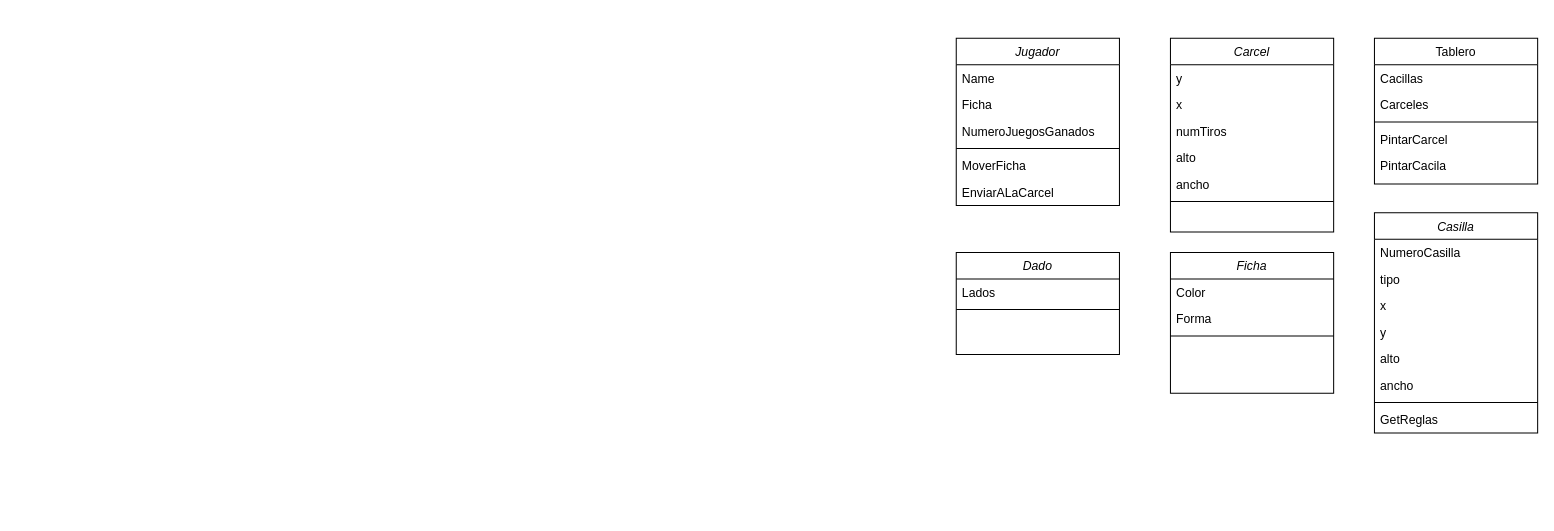
Before: ParquesPOO.drawio in user5c/parques, a draw.io diagram. Source tidied: cells renumbered, new cells numbered last; positions are measured from the earlier drawing's top-left corner, leaving out a move shared by most shapes. Both pictures are drawn from the tidied source at 102%, with x=0, y=0 at pixel (956, 38).
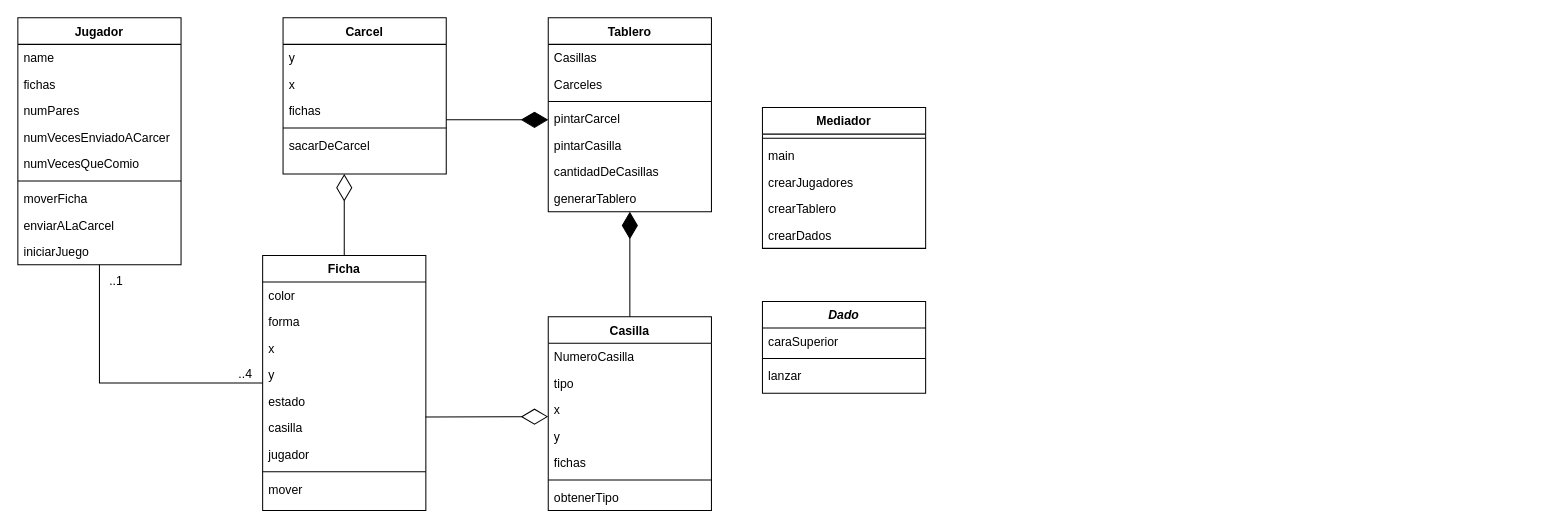
The same page after the edit.

Diff of the diagram source:
```diff
@@
-    <mxCell id="2" value="Ficha" style="swimlane;fontStyle=2;align=center;verticalAlign=top;horizontal=1;startSize=26;rounded=0;shadow=0;strokeWidth=1;" parent="1" vertex="1">
-      <mxGeometry x="210" y="210" width="160" height="138" as="geometry" />
-    </mxCell>
-    <mxCell id="3" value="Color" style="text;align=left;verticalAlign=top;spacingLeft=4;spacingRight=4;overflow=hidden;" parent="2" vertex="1">
-      <mxGeometry y="26" width="160" height="26" as="geometry" />
-    </mxCell>
-    <mxCell id="4" value="Forma" style="text;align=left;verticalAlign=top;spacingLeft=4;spacingRight=4;overflow=hidden;rounded=0;shadow=0;html=0;" parent="2" vertex="1">
-      <mxGeometry y="52" width="160" height="26" as="geometry" />
-    </mxCell>
-    <mxCell id="5" style="line;html=1;strokeWidth=1;align=left;verticalAlign=middle;spacingTop=-1;spacingLeft=3;spacingRight=3;labelPosition=right;" parent="2" vertex="1">
-      <mxGeometry y="78" width="160" height="8" as="geometry" />
-    </mxCell>
+    <mxCell id="38" value="Ficha" style="swimlane;fontStyle=1;align=center;verticalAlign=top;horizontal=1;startSize=26;rounded=0;shadow=0;strokeWidth=1;" parent="1" vertex="1">
+      <mxGeometry x="-680" y="213" width="160" height="250" as="geometry" />
+    </mxCell>
+    <mxCell id="39" value="color" style="text;align=left;verticalAlign=top;spacingLeft=4;spacingRight=4;overflow=hidden;" parent="38" vertex="1">
+      <mxGeometry y="26" width="160" height="26" as="geometry" />
+    </mxCell>
+    <mxCell id="40" value="forma" style="text;align=left;verticalAlign=top;spacingLeft=4;spacingRight=4;overflow=hidden;rounded=0;shadow=0;html=0;" parent="38" vertex="1">
+      <mxGeometry y="52" width="160" height="26" as="geometry" />
+    </mxCell>
+    <mxCell id="41" value="x" style="text;align=left;verticalAlign=top;spacingLeft=4;spacingRight=4;overflow=hidden;rounded=0;shadow=0;html=0;" parent="38" vertex="1">
+      <mxGeometry y="78" width="160" height="26" as="geometry" />
+    </mxCell>
+    <mxCell id="42" value="y" style="text;align=left;verticalAlign=top;spacingLeft=4;spacingRight=4;overflow=hidden;rounded=0;shadow=0;html=0;" parent="38" vertex="1">
+      <mxGeometry y="104" width="160" height="26" as="geometry" />
+    </mxCell>
+    <mxCell id="43" value="estado" style="text;align=left;verticalAlign=top;spacingLeft=4;spacingRight=4;overflow=hidden;rounded=0;shadow=0;html=0;" parent="38" vertex="1">
+      <mxGeometry y="130" width="160" height="26" as="geometry" />
+    </mxCell>
+    <mxCell id="44" value="casilla" style="text;align=left;verticalAlign=top;spacingLeft=4;spacingRight=4;overflow=hidden;points=[[0,0.5],[1,0.5]];portConstraint=eastwest;rounded=0;shadow=0;html=0;" parent="38" vertex="1">
+      <mxGeometry y="156" width="160" height="26" as="geometry" />
+    </mxCell>
+    <mxCell id="45" value="jugador" style="text;align=left;verticalAlign=top;spacingLeft=4;spacingRight=4;overflow=hidden;rounded=0;shadow=0;html=0;" parent="38" vertex="1">
+      <mxGeometry y="182" width="160" height="26" as="geometry" />
+    </mxCell>
+    <mxCell id="46" style="line;html=1;strokeWidth=1;align=left;verticalAlign=middle;spacingTop=-1;spacingLeft=3;spacingRight=3;labelPosition=right;" parent="38" vertex="1">
+      <mxGeometry y="208" width="160" height="8" as="geometry" />
+    </mxCell>
+    <mxCell id="47" value="mover" style="text;align=left;verticalAlign=top;spacingLeft=4;spacingRight=4;overflow=hidden;rounded=0;shadow=0;html=0;" parent="38" vertex="1">
+      <mxGeometry y="216" width="160" height="34" as="geometry" />
+    </mxCell>
-    <mxCell id="6" value="Tablero" style="swimlane;fontStyle=0;align=center;verticalAlign=top;horizontal=1;startSize=26;rounded=0;shadow=0;strokeWidth=1;" parent="1" vertex="1">
-      <mxGeometry x="410" width="160" height="143" as="geometry" />
+    <mxCell id="6" value="Tablero" style="swimlane;fontStyle=1;align=center;verticalAlign=top;horizontal=1;startSize=26;rounded=0;shadow=0;strokeWidth=1;" parent="1" vertex="1">
+      <mxGeometry x="-400" y="-20" width="160" height="190" as="geometry" />
     </mxCell>
-    <mxCell id="7" value="Cacillas" style="text;align=left;verticalAlign=top;spacingLeft=4;spacingRight=4;overflow=hidden;" parent="6" vertex="1">
-      <mxGeometry y="26" width="160" height="26" as="geometry" />
-    </mxCell>
+    <mxCell id="48" value="Casillas" style="text;align=left;verticalAlign=top;spacingLeft=4;spacingRight=4;overflow=hidden;" parent="6" vertex="1">
+      <mxGeometry y="26" width="160" height="26" as="geometry" />
+    </mxCell>
@@
-    <mxCell id="9" style="line;html=1;strokeWidth=1;align=left;verticalAlign=middle;spacingTop=-1;spacingLeft=3;spacingRight=3;labelPosition=right;" parent="6" vertex="1">
-      <mxGeometry y="78" width="160" height="8" as="geometry" />
-    </mxCell>
-    <mxCell id="10" value="PintarCarcel" style="text;align=left;verticalAlign=top;spacingLeft=4;spacingRight=4;overflow=hidden;" parent="6" vertex="1">
-      <mxGeometry y="86" width="160" height="26" as="geometry" />
-    </mxCell>
-    <mxCell id="11" value="PintarCacila" style="text;align=left;verticalAlign=top;spacingLeft=4;spacingRight=4;overflow=hidden;" parent="6" vertex="1">
-      <mxGeometry y="112" width="160" height="26" as="geometry" />
-    </mxCell>
+    <mxCell id="49" style="line;html=1;strokeWidth=1;align=left;verticalAlign=middle;spacingTop=-1;spacingLeft=3;spacingRight=3;labelPosition=right;" parent="6" vertex="1">
+      <mxGeometry y="78" width="160" height="8" as="geometry" />
+    </mxCell>
+    <mxCell id="50" value="pintarCarcel" style="text;align=left;verticalAlign=top;spacingLeft=4;spacingRight=4;overflow=hidden;" parent="6" vertex="1">
+      <mxGeometry y="86" width="160" height="26" as="geometry" />
+    </mxCell>
+    <mxCell id="51" value="pintarCasilla" style="text;align=left;verticalAlign=top;spacingLeft=4;spacingRight=4;overflow=hidden;" parent="6" vertex="1">
+      <mxGeometry y="112" width="160" height="26" as="geometry" />
+    </mxCell>
+    <mxCell id="52" value="cantidadDeCasillas" style="text;align=left;verticalAlign=top;spacingLeft=4;spacingRight=4;overflow=hidden;" parent="6" vertex="1">
+      <mxGeometry y="138" width="160" height="26" as="geometry" />
+    </mxCell>
+    <mxCell id="53" value="generarTablero" style="text;align=left;verticalAlign=top;spacingLeft=4;spacingRight=4;overflow=hidden;" parent="6" vertex="1">
+      <mxGeometry y="164" width="160" height="26" as="geometry" />
+    </mxCell>
-    <mxCell id="12" value="Jugador" style="swimlane;fontStyle=2;align=center;verticalAlign=top;horizontal=1;startSize=26;rounded=0;shadow=0;strokeWidth=1;" parent="1" vertex="1">
-      <mxGeometry width="160" height="164" as="geometry" />
+    <mxCell id="12" value="Jugador" style="swimlane;fontStyle=1;align=center;verticalAlign=top;horizontal=1;startSize=26;rounded=0;shadow=0;strokeWidth=1;" parent="1" vertex="1">
+      <mxGeometry x="-920" y="-20" width="160" height="242" as="geometry" />
     </mxCell>
-    <mxCell id="13" value="Name" style="text;align=left;verticalAlign=top;spacingLeft=4;spacingRight=4;overflow=hidden;" parent="12" vertex="1">
-      <mxGeometry y="26" width="160" height="26" as="geometry" />
-    </mxCell>
-    <mxCell id="14" value="Ficha" style="text;align=left;verticalAlign=top;spacingLeft=4;spacingRight=4;overflow=hidden;rounded=0;shadow=0;html=0;" parent="12" vertex="1">
-      <mxGeometry y="52" width="160" height="26" as="geometry" />
-    </mxCell>
-    <mxCell id="15" value="NumeroJuegosGanados" style="text;align=left;verticalAlign=top;spacingLeft=4;spacingRight=4;overflow=hidden;rounded=0;shadow=0;html=0;" parent="12" vertex="1">
-      <mxGeometry y="78" width="160" height="26" as="geometry" />
-    </mxCell>
-    <mxCell id="16" style="line;html=1;strokeWidth=1;align=left;verticalAlign=middle;spacingTop=-1;spacingLeft=3;spacingRight=3;labelPosition=right;" parent="12" vertex="1">
-      <mxGeometry y="104" width="160" height="8" as="geometry" />
-    </mxCell>
-    <mxCell id="17" value="MoverFicha" style="text;align=left;verticalAlign=top;spacingLeft=4;spacingRight=4;overflow=hidden;" parent="12" vertex="1">
-      <mxGeometry y="112" width="160" height="26" as="geometry" />
-    </mxCell>
-    <mxCell id="18" value="EnviarALaCarcel" style="text;align=left;verticalAlign=top;spacingLeft=4;spacingRight=4;overflow=hidden;" parent="12" vertex="1">
-      <mxGeometry y="138" width="160" height="26" as="geometry" />
-    </mxCell>
+    <mxCell id="54" value="name" style="text;align=left;verticalAlign=top;spacingLeft=4;spacingRight=4;overflow=hidden;" parent="12" vertex="1">
+      <mxGeometry y="26" width="160" height="26" as="geometry" />
+    </mxCell>
+    <mxCell id="55" value="fichas" style="text;align=left;verticalAlign=top;spacingLeft=4;spacingRight=4;overflow=hidden;rounded=0;shadow=0;html=0;" parent="12" vertex="1">
+      <mxGeometry y="52" width="160" height="26" as="geometry" />
+    </mxCell>
+    <mxCell id="56" value="numPares" style="text;align=left;verticalAlign=top;spacingLeft=4;spacingRight=4;overflow=hidden;rounded=0;shadow=0;html=0;" parent="12" vertex="1">
+      <mxGeometry y="78" width="160" height="26" as="geometry" />
+    </mxCell>
+    <mxCell id="57" value="numVecesEnviadoACarcer" style="text;align=left;verticalAlign=top;spacingLeft=4;spacingRight=4;overflow=hidden;rounded=0;shadow=0;html=0;" parent="12" vertex="1">
+      <mxGeometry y="104" width="160" height="26" as="geometry" />
+    </mxCell>
+    <mxCell id="58" value="numVecesQueComio" style="text;align=left;verticalAlign=top;spacingLeft=4;spacingRight=4;overflow=hidden;rounded=0;shadow=0;html=0;" parent="12" vertex="1">
+      <mxGeometry y="130" width="160" height="26" as="geometry" />
+    </mxCell>
+    <mxCell id="59" style="line;html=1;strokeWidth=1;align=left;verticalAlign=middle;spacingTop=-1;spacingLeft=3;spacingRight=3;labelPosition=right;" parent="12" vertex="1">
+      <mxGeometry y="156" width="160" height="8" as="geometry" />
+    </mxCell>
+    <mxCell id="60" value="moverFicha" style="text;align=left;verticalAlign=top;spacingLeft=4;spacingRight=4;overflow=hidden;" parent="12" vertex="1">
+      <mxGeometry y="164" width="160" height="26" as="geometry" />
+    </mxCell>
+    <mxCell id="61" value="enviarALaCarcel" style="text;align=left;verticalAlign=top;spacingLeft=4;spacingRight=4;overflow=hidden;" parent="12" vertex="1">
+      <mxGeometry y="190" width="160" height="26" as="geometry" />
+    </mxCell>
+    <mxCell id="62" value="iniciarJuego" style="text;align=left;verticalAlign=top;spacingLeft=4;spacingRight=4;overflow=hidden;" parent="12" vertex="1">
+      <mxGeometry y="216" width="160" height="26" as="geometry" />
+    </mxCell>
-    <mxCell id="19" value="Casilla" style="swimlane;fontStyle=2;align=center;verticalAlign=top;horizontal=1;startSize=26;rounded=0;shadow=0;strokeWidth=1;" parent="1" vertex="1">
-      <mxGeometry x="410" y="171" width="160" height="216" as="geometry" />
+    <mxCell id="19" value="Casilla" style="swimlane;fontStyle=1;align=center;verticalAlign=top;horizontal=1;startSize=26;rounded=0;shadow=0;strokeWidth=1;" parent="1" vertex="1">
+      <mxGeometry x="-400" y="273" width="160" height="190" as="geometry" />
     </mxCell>
@@
-    <mxCell id="23" value="y" style="text;align=left;verticalAlign=top;spacingLeft=4;spacingRight=4;overflow=hidden;rounded=0;shadow=0;html=0;" parent="19" vertex="1">
-      <mxGeometry y="104" width="160" height="26" as="geometry" />
-    </mxCell>
-    <mxCell id="24" value="alto" style="text;align=left;verticalAlign=top;spacingLeft=4;spacingRight=4;overflow=hidden;" parent="19" vertex="1">
-      <mxGeometry y="130" width="160" height="26" as="geometry" />
-    </mxCell>
-    <mxCell id="25" value="ancho" style="text;align=left;verticalAlign=top;spacingLeft=4;spacingRight=4;overflow=hidden;rounded=0;shadow=0;html=0;" parent="19" vertex="1">
-      <mxGeometry y="156" width="160" height="26" as="geometry" />
-    </mxCell>
-    <mxCell id="26" style="line;html=1;strokeWidth=1;align=left;verticalAlign=middle;spacingTop=-1;spacingLeft=3;spacingRight=3;labelPosition=right;" parent="19" vertex="1">
-      <mxGeometry y="182" width="160" height="8" as="geometry" />
-    </mxCell>
-    <mxCell id="27" value="GetReglas" style="text;align=left;verticalAlign=top;spacingLeft=4;spacingRight=4;overflow=hidden;" parent="19" vertex="1">
-      <mxGeometry y="190" width="160" height="26" as="geometry" />
-    </mxCell>
+    <mxCell id="63" value="y" style="text;align=left;verticalAlign=top;spacingLeft=4;spacingRight=4;overflow=hidden;rounded=0;shadow=0;html=0;" parent="19" vertex="1">
+      <mxGeometry y="104" width="160" height="26" as="geometry" />
+    </mxCell>
+    <mxCell id="64" value="fichas" style="text;align=left;verticalAlign=top;spacingLeft=4;spacingRight=4;overflow=hidden;rounded=0;shadow=0;html=0;" parent="19" vertex="1">
+      <mxGeometry y="130" width="160" height="26" as="geometry" />
+    </mxCell>
+    <mxCell id="65" style="line;html=1;strokeWidth=1;align=left;verticalAlign=middle;spacingTop=-1;spacingLeft=3;spacingRight=3;labelPosition=right;" parent="19" vertex="1">
+      <mxGeometry y="156" width="160" height="8" as="geometry" />
+    </mxCell>
+    <mxCell id="66" value="obtenerTipo" style="text;align=left;verticalAlign=top;spacingLeft=4;spacingRight=4;overflow=hidden;" parent="19" vertex="1">
+      <mxGeometry y="164" width="160" height="26" as="geometry" />
+    </mxCell>
-    <mxCell id="28" value="Carcel" style="swimlane;fontStyle=2;align=center;verticalAlign=top;horizontal=1;startSize=26;rounded=0;shadow=0;strokeWidth=1;" parent="1" vertex="1">
-      <mxGeometry x="210" width="160" height="190" as="geometry" />
+    <mxCell id="28" value="Carcel" style="swimlane;fontStyle=1;align=center;verticalAlign=top;horizontal=1;startSize=26;rounded=0;shadow=0;strokeWidth=1;" parent="1" vertex="1">
+      <mxGeometry x="-660" y="-20" width="160" height="153" as="geometry" />
     </mxCell>
@@
-    <mxCell id="31" value="numTiros" style="text;align=left;verticalAlign=top;spacingLeft=4;spacingRight=4;overflow=hidden;" parent="28" vertex="1">
-      <mxGeometry y="78" width="160" height="26" as="geometry" />
-    </mxCell>
-    <mxCell id="32" value="alto" style="text;align=left;verticalAlign=top;spacingLeft=4;spacingRight=4;overflow=hidden;" parent="28" vertex="1">
-      <mxGeometry y="104" width="160" height="26" as="geometry" />
-    </mxCell>
-    <mxCell id="33" value="ancho" style="text;align=left;verticalAlign=top;spacingLeft=4;spacingRight=4;overflow=hidden;rounded=0;shadow=0;html=0;" parent="28" vertex="1">
-      <mxGeometry y="130" width="160" height="26" as="geometry" />
-    </mxCell>
-    <mxCell id="34" style="line;html=1;strokeWidth=1;align=left;verticalAlign=middle;spacingTop=-1;spacingLeft=3;spacingRight=3;labelPosition=right;" parent="28" vertex="1">
-      <mxGeometry y="156" width="160" height="8" as="geometry" />
-    </mxCell>
+    <mxCell id="67" value="fichas" style="text;align=left;verticalAlign=top;spacingLeft=4;spacingRight=4;overflow=hidden;" parent="28" vertex="1">
+      <mxGeometry y="78" width="160" height="26" as="geometry" />
+    </mxCell>
+    <mxCell id="16" style="line;html=1;strokeWidth=1;align=left;verticalAlign=middle;spacingTop=-1;spacingLeft=3;spacingRight=3;labelPosition=right;" parent="28" vertex="1">
+      <mxGeometry y="104" width="160" height="8" as="geometry" />
+    </mxCell>
+    <mxCell id="68" value="sacarDeCarcel" style="text;align=left;verticalAlign=top;spacingLeft=4;spacingRight=4;overflow=hidden;" parent="28" vertex="1">
+      <mxGeometry y="112" width="160" height="26" as="geometry" />
+    </mxCell>
-    <mxCell id="35" value="Dado" style="swimlane;fontStyle=2;align=center;verticalAlign=top;horizontal=1;startSize=26;rounded=0;shadow=0;strokeWidth=1;" parent="1" vertex="1">
-      <mxGeometry y="210" width="160" height="100" as="geometry" />
+    <mxCell id="35" value="Dado" style="swimlane;fontStyle=3;align=center;verticalAlign=top;horizontal=1;startSize=26;rounded=0;shadow=0;strokeWidth=1;" parent="1" vertex="1">
+      <mxGeometry x="-190" y="258" width="160" height="90" as="geometry" />
     </mxCell>
-    <mxCell id="36" value="Lados" style="text;align=left;verticalAlign=top;spacingLeft=4;spacingRight=4;overflow=hidden;" parent="35" vertex="1">
-      <mxGeometry y="26" width="160" height="26" as="geometry" />
-    </mxCell>
+    <mxCell id="69" value="caraSuperior" style="text;align=left;verticalAlign=top;spacingLeft=4;spacingRight=4;overflow=hidden;" parent="35" vertex="1">
+      <mxGeometry y="26" width="160" height="26" as="geometry" />
+    </mxCell>
@@
+    <mxCell id="70" value="lanzar" style="text;align=left;verticalAlign=top;spacingLeft=4;spacingRight=4;overflow=hidden;" parent="35" vertex="1">
+      <mxGeometry y="60" width="160" height="26" as="geometry" />
+    </mxCell>
+    <mxCell id="71" style="endArrow=none;html=1;rounded=0;exitX=0.5;exitY=1;exitDx=0;exitDy=0;" parent="1" edge="1" source="12" target="38">
+      <mxGeometry relative="1" as="geometry">
+        <Array as="points">
+          <mxPoint x="-840" y="338" />
+        </Array>
+      </mxGeometry>
+    </mxCell>
+    <mxCell id="72" value="..1" style="html=1;align=left;verticalAlign=bottom;" parent="71" vertex="1">
+      <mxGeometry x="-1" relative="1" as="geometry">
+        <mxPoint x="8" y="24" as="offset" />
+      </mxGeometry>
+    </mxCell>
+    <mxCell id="73" value="..4" style="html=1;align=right;verticalAlign=bottom;" parent="71" vertex="1">
+      <mxGeometry x="1" relative="1" as="geometry">
+        <mxPoint x="-10" as="offset" />
+      </mxGeometry>
+    </mxCell>
+    <mxCell id="74" style="endArrow=diamondThin;endFill=1;endSize=24;html=1;rounded=0;entryX=0.5;entryY=1;entryDx=0;entryDy=0;exitX=0.5;exitY=0;exitDx=0;exitDy=0;" parent="1" edge="1" source="19" target="6">
+      <mxGeometry relative="1" as="geometry" />
+    </mxCell>
+    <mxCell id="75" style="endArrow=diamondThin;endFill=1;endSize=24;html=1;rounded=0;" parent="1" edge="1">
+      <mxGeometry relative="1" as="geometry">
+        <mxPoint x="-500" y="80" as="sourcePoint" />
+        <mxPoint x="-400" y="80" as="targetPoint" />
+      </mxGeometry>
+    </mxCell>
+    <mxCell id="76" style="endArrow=diamondThin;endFill=0;endSize=24;html=1;rounded=0;exitX=0.998;exitY=0.093;exitDx=0;exitDy=0;exitPerimeter=0;" parent="1" edge="1" source="44">
+      <mxGeometry relative="1" as="geometry">
+        <mxPoint x="-400" y="371" as="targetPoint" />
+      </mxGeometry>
+    </mxCell>
+    <mxCell id="77" style="endArrow=diamondThin;endFill=0;endSize=24;html=1;rounded=0;exitX=0.5;exitY=0;exitDx=0;exitDy=0;" parent="1" edge="1" source="38">
+      <mxGeometry relative="1" as="geometry">
+        <mxPoint x="-600" y="133" as="targetPoint" />
+        <Array as="points">
+          <mxPoint x="-600" y="163" />
+        </Array>
+      </mxGeometry>
+    </mxCell>
+    <mxCell id="78" value="Mediador" style="swimlane;fontStyle=1;align=center;verticalAlign=top;horizontal=1;startSize=26;" parent="1" vertex="1">
+      <mxGeometry x="-190" y="68" width="160" height="138" as="geometry" />
+    </mxCell>
+    <mxCell id="79" style="line;strokeWidth=1;fillColor=none;align=left;verticalAlign=middle;spacingTop=-1;spacingLeft=3;spacingRight=3;labelPosition=right;" parent="78" vertex="1">
+      <mxGeometry y="26" width="160" height="8" as="geometry" />
+    </mxCell>
+    <mxCell id="80" value="main" style="text;strokeColor=none;fillColor=none;align=left;verticalAlign=top;spacingLeft=4;spacingRight=4;overflow=hidden;" parent="78" vertex="1">
+      <mxGeometry y="34" width="160" height="26" as="geometry" />
+    </mxCell>
+    <mxCell id="81" value="crearJugadores" style="text;strokeColor=none;fillColor=none;align=left;verticalAlign=top;spacingLeft=4;spacingRight=4;overflow=hidden;" parent="78" vertex="1">
+      <mxGeometry y="60" width="160" height="26" as="geometry" />
+    </mxCell>
+    <mxCell id="82" value="crearTablero" style="text;strokeColor=none;fillColor=none;align=left;verticalAlign=top;spacingLeft=4;spacingRight=4;overflow=hidden;" parent="78" vertex="1">
+      <mxGeometry y="86" width="160" height="26" as="geometry" />
+    </mxCell>
+    <mxCell id="83" value="crearDados" style="text;strokeColor=none;fillColor=none;align=left;verticalAlign=top;spacingLeft=4;spacingRight=4;overflow=hidden;" parent="78" vertex="1">
+      <mxGeometry y="112" width="160" height="26" as="geometry" />
+    </mxCell>
```
